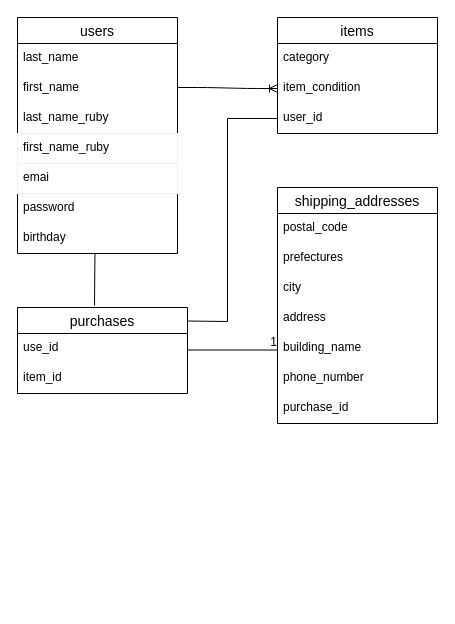
The draw.io diagram test.dio in sasakink/furima-34568, before the edit. Source tidied: cells renumbered, new cells numbered last; positions are measured from the earlier drawing's top-left corner, leaving out a move shared by most shapes. Both pictures are drawn from the tidied source at 100%, with x=0, y=0 at pixel (17, 17).
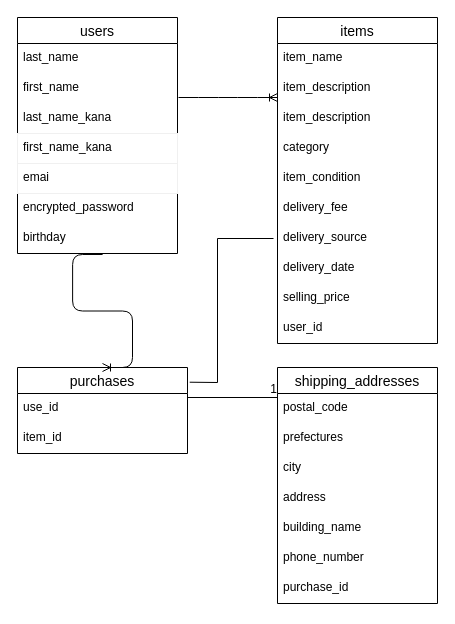
After the change.

Commit message (it also covers changes not shown here):
READMEを修正（２回目）

The change refers to these unchanged cells:
```xml
<mxCell id="2" value="users" style="swimlane;fontStyle=0;horizontal=1;startSize=26;align=center;fontSize=14;" parent="1" vertex="1">
  <mxGeometry width="160" height="236" as="geometry" />
</mxCell>
<mxCell id="9" value="birthday" style="text;strokeColor=none;fillColor=none;spacingLeft=4;spacingRight=4;overflow=hidden;points=[[0,0.5],[1,0.5]];portConstraint=eastwest;fontSize=12;" parent="2" vertex="1">
  <mxGeometry y="206" width="160" height="30" as="geometry" />
</mxCell>
```

Change to the diagram source:
```diff
@@
-    <mxCell id="5" value="last_name_ruby" style="text;strokeColor=none;fillColor=none;spacingLeft=4;spacingRight=4;overflow=hidden;fontSize=12;" parent="2" vertex="1">
+    <mxCell id="5" value="last_name_kana" style="text;strokeColor=none;fillColor=none;spacingLeft=4;spacingRight=4;overflow=hidden;fontSize=12;" parent="2" vertex="1">
       <mxGeometry y="86" width="160" height="30" as="geometry" />
     </mxCell>
-    <mxCell id="6" value="first_name_ruby" style="text;fillColor=none;spacingLeft=4;spacingRight=4;overflow=hidden;fontSize=12;strokeColor=#f0f0f0;" parent="2" vertex="1">
+    <mxCell id="6" value="first_name_kana" style="text;fillColor=none;spacingLeft=4;spacingRight=4;overflow=hidden;fontSize=12;strokeColor=#f0f0f0;" parent="2" vertex="1">
       <mxGeometry y="116" width="160" height="30" as="geometry" />
     </mxCell>
@@
-    <mxCell id="8" value="password" style="text;strokeColor=none;fillColor=none;spacingLeft=4;spacingRight=4;overflow=hidden;fontSize=12;" parent="2" vertex="1">
+    <mxCell id="8" value="encrypted_password" style="text;strokeColor=none;fillColor=none;spacingLeft=4;spacingRight=4;overflow=hidden;fontSize=12;" parent="2" vertex="1">
       <mxGeometry y="176" width="160" height="30" as="geometry" />
     </mxCell>
@@
     <mxCell id="10" value="items" style="swimlane;fontStyle=0;horizontal=1;startSize=26;align=center;fontSize=14;" parent="1" vertex="1">
-      <mxGeometry x="260" width="160" height="116" as="geometry" />
+      <mxGeometry x="260" width="160" height="326" as="geometry" />
     </mxCell>
-    <mxCell id="11" value="category" style="text;strokeColor=none;fillColor=none;spacingLeft=4;spacingRight=4;overflow=hidden;fontSize=12;" parent="10" vertex="1">
+    <mxCell id="11" value="item_name" style="text;strokeColor=none;fillColor=none;spacingLeft=4;spacingRight=4;overflow=hidden;fontSize=12;" parent="10" vertex="1">
       <mxGeometry y="26" width="160" height="30" as="geometry" />
     </mxCell>
+    <mxCell id="30" value="item_description" style="text;strokeColor=none;fillColor=none;spacingLeft=4;spacingRight=4;overflow=hidden;fontSize=12;" parent="10" vertex="1">
+      <mxGeometry y="56" width="160" height="30" as="geometry" />
+    </mxCell>
+    <mxCell id="31" value="item_description" style="text;strokeColor=none;fillColor=none;spacingLeft=4;spacingRight=4;overflow=hidden;fontSize=12;" parent="10" vertex="1">
+      <mxGeometry y="86" width="160" height="30" as="geometry" />
+    </mxCell>
+    <mxCell id="32" value="category" style="text;strokeColor=none;fillColor=none;spacingLeft=4;spacingRight=4;overflow=hidden;fontSize=12;" parent="10" vertex="1">
+      <mxGeometry y="116" width="160" height="30" as="geometry" />
+    </mxCell>
     <mxCell id="12" value="item_condition" style="text;strokeColor=none;fillColor=none;spacingLeft=4;spacingRight=4;overflow=hidden;points=[[0,0.5],[1,0.5]];portConstraint=eastwest;fontSize=12;" parent="10" vertex="1">
-      <mxGeometry y="56" width="160" height="30" as="geometry" />
+      <mxGeometry y="146" width="160" height="30" as="geometry" />
     </mxCell>
-    <mxCell id="13" value="user_id" style="text;strokeColor=none;fillColor=none;spacingLeft=4;spacingRight=4;overflow=hidden;points=[[0,0.5],[1,0.5]];portConstraint=eastwest;fontSize=12;" parent="10" vertex="1">
-      <mxGeometry y="86" width="160" height="30" as="geometry" />
+    <mxCell id="13" value="delivery_fee" style="text;strokeColor=none;fillColor=none;spacingLeft=4;spacingRight=4;overflow=hidden;points=[[0,0.5],[1,0.5]];portConstraint=eastwest;fontSize=12;" parent="10" vertex="1">
+      <mxGeometry y="176" width="160" height="30" as="geometry" />
     </mxCell>
+    <mxCell id="33" value="delivery_source" style="text;strokeColor=none;fillColor=none;spacingLeft=4;spacingRight=4;overflow=hidden;fontSize=12;" parent="10" vertex="1">
+      <mxGeometry y="206" width="160" height="30" as="geometry" />
+    </mxCell>
+    <mxCell id="34" value="delivery_date" style="text;strokeColor=none;fillColor=none;spacingLeft=4;spacingRight=4;overflow=hidden;fontSize=12;" parent="10" vertex="1">
+      <mxGeometry y="236" width="160" height="30" as="geometry" />
+    </mxCell>
+    <mxCell id="35" value="selling_price" style="text;strokeColor=none;fillColor=none;spacingLeft=4;spacingRight=4;overflow=hidden;fontSize=12;" parent="10" vertex="1">
+      <mxGeometry y="266" width="160" height="30" as="geometry" />
+    </mxCell>
+    <mxCell id="36" value="user_id" style="text;strokeColor=none;fillColor=none;spacingLeft=4;spacingRight=4;overflow=hidden;fontSize=12;" parent="10" vertex="1">
+      <mxGeometry y="296" width="160" height="30" as="geometry" />
+    </mxCell>
     <mxCell id="14" value="purchases" style="swimlane;fontStyle=0;horizontal=1;startSize=26;align=center;fontSize=14;" parent="1" vertex="1">
-      <mxGeometry y="290" width="170" height="86" as="geometry" />
+      <mxGeometry y="350" width="170" height="86" as="geometry" />
     </mxCell>
@@
     <mxCell id="17" value="shipping_addresses" style="swimlane;fontStyle=0;horizontal=1;startSize=26;align=center;fontSize=14;" parent="1" vertex="1">
-      <mxGeometry x="260" y="170" width="160" height="236" as="geometry" />
+      <mxGeometry x="260" y="350" width="160" height="236" as="geometry" />
     </mxCell>
@@
-    <mxCell id="25" style="edgeStyle=entityRelationEdgeStyle;fontSize=12;html=1;endArrow=ERoneToMany;entryX=0;entryY=0.5;entryDx=0;entryDy=0;" parent="1" edge="1" target="12">
-      <mxGeometry relative="1" as="geometry">
-        <mxPoint x="160" y="70" as="sourcePoint" />
-      </mxGeometry>
-    </mxCell>
-    <mxCell id="26" style="endArrow=none;html=1;rounded=0;entryX=0;entryY=0.5;entryDx=0;entryDy=0;exitX=0.997;exitY=0.157;exitDx=0;exitDy=0;exitPerimeter=0;" parent="1" edge="1" source="14" target="13">
-      <mxGeometry relative="1" as="geometry">
-        <Array as="points">
-          <mxPoint x="210" y="304" />
-          <mxPoint x="210" y="101" />
-        </Array>
-      </mxGeometry>
-    </mxCell>
     <mxCell id="27" style="endArrow=none;html=1;rounded=0;entryX=0;entryY=0.5;entryDx=0;entryDy=0;" parent="1" edge="1">
       <mxGeometry relative="1" as="geometry">
-        <mxPoint x="170" y="332.5" as="sourcePoint" />
-        <mxPoint x="260" y="332.5" as="targetPoint" />
+        <mxPoint x="170" y="380" as="sourcePoint" />
+        <mxPoint x="260" y="380" as="targetPoint" />
       </mxGeometry>
     </mxCell>
@@
-    <mxCell id="29" style="endArrow=none;html=1;rounded=0;exitX=0.484;exitY=1.017;exitDx=0;exitDy=0;exitPerimeter=0;" parent="1" edge="1" source="9">
-      <mxGeometry relative="1" as="geometry">
-        <mxPoint x="77" y="288" as="targetPoint" />
-      </mxGeometry>
-    </mxCell>
+    <mxCell id="37" style="edgeStyle=entityRelationEdgeStyle;fontSize=12;html=1;endArrow=ERoneToMany;" parent="1" edge="1">
+      <mxGeometry relative="1" as="geometry">
+        <mxPoint x="161" y="80" as="sourcePoint" />
+        <mxPoint x="260" y="80" as="targetPoint" />
+      </mxGeometry>
+    </mxCell>
+    <mxCell id="38" style="endArrow=none;html=1;rounded=0;exitX=1.013;exitY=0.171;exitDx=0;exitDy=0;exitPerimeter=0;" parent="1" edge="1" source="14">
+      <mxGeometry relative="1" as="geometry">
+        <mxPoint x="256" y="221" as="targetPoint" />
+        <Array as="points">
+          <mxPoint x="200" y="365" />
+          <mxPoint x="200" y="221" />
+        </Array>
+      </mxGeometry>
+    </mxCell>
+    <mxCell id="39" style="edgeStyle=entityRelationEdgeStyle;fontSize=12;html=1;endArrow=ERoneToMany;exitX=0.532;exitY=1.033;exitDx=0;exitDy=0;exitPerimeter=0;entryX=0.5;entryY=0;entryDx=0;entryDy=0;" parent="1" edge="1" source="9" target="14">
+      <mxGeometry relative="1" as="geometry" />
+    </mxCell>
```
